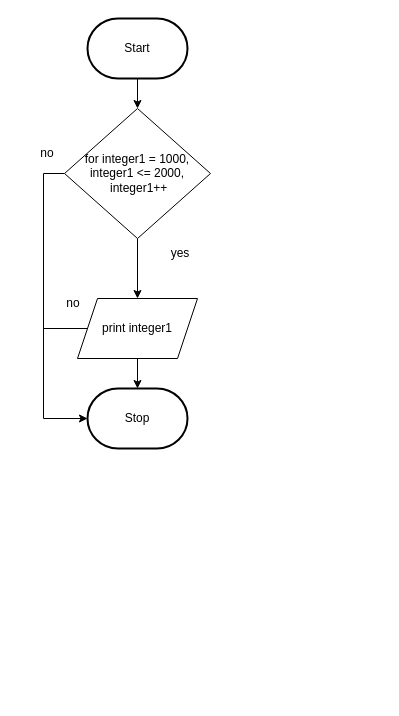
The draw.io diagram Drawio/FlowChart.Drawio in JacksonNaufal/ICS3U-Unit4-07-Python, before the edit. Source tidied: cells renumbered, new cells numbered last; positions are measured from the earlier drawing's top-left corner, leaving out a move shared by most shapes. Both pictures are drawn from the tidied source at 100%, with x=0, y=0 at pixel (17, 18).
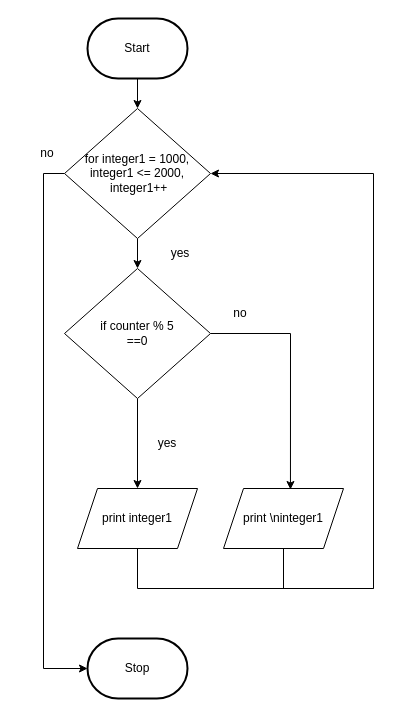
After the change.

The change refers to these unchanged cells:
```xml
<mxCell id="7" value="for integer1&amp;nbsp;= 1000, &lt;br&gt;integer1 &amp;lt;= 2000,&lt;br&gt;&amp;nbsp;integer1++" style="rhombus;whiteSpace=wrap;html=1;" parent="1" vertex="1">
  <mxGeometry x="47" y="90" width="146" height="130" as="geometry" />
</mxCell>
```

The edit, as a diff of the source:
```diff
@@
     <mxCell id="4" value="Stop" style="strokeWidth=2;html=1;shape=mxgraph.flowchart.terminator;whiteSpace=wrap;rounded=1;" parent="1" vertex="1">
-      <mxGeometry x="70" y="370" width="100" height="60" as="geometry" />
+      <mxGeometry x="70" y="620" width="100" height="60" as="geometry" />
     </mxCell>
     <mxCell id="5" style="edgeStyle=none;html=1;fontSize=12;entryX=0;entryY=0.5;entryDx=0;entryDy=0;entryPerimeter=0;rounded=0;" parent="1" edge="1" source="7" target="4">
       <mxGeometry relative="1" as="geometry">
         <Array as="points">
           <mxPoint x="26" y="155" />
-          <mxPoint x="26" y="400" />
+          <mxPoint x="26" y="650" />
         </Array>
       </mxGeometry>
     </mxCell>
-    <mxCell id="6" style="edgeStyle=none;html=1;entryX=0.5;entryY=0;entryDx=0;entryDy=0;" parent="1" edge="1" source="7" target="10">
-      <mxGeometry relative="1" as="geometry" />
-    </mxCell>
+    <mxCell id="14" style="edgeStyle=none;html=1;" parent="1" edge="1" source="7" target="18">
+      <mxGeometry relative="1" as="geometry" />
+    </mxCell>
@@
-    <mxCell id="8" style="edgeStyle=none;html=1;startArrow=none;" parent="1" edge="1" source="10" target="4">
-      <mxGeometry relative="1" as="geometry" />
-    </mxCell>
-    <mxCell id="9" style="edgeStyle=none;rounded=0;html=1;fontSize=12;endArrow=none;endFill=0;" parent="1" edge="1" source="10">
-      <mxGeometry relative="1" as="geometry">
-        <mxPoint x="26" y="310" as="targetPoint" />
-      </mxGeometry>
-    </mxCell>
+    <mxCell id="15" style="edgeStyle=none;rounded=0;html=1;endArrow=none;endFill=0;" parent="1" edge="1" source="10">
+      <mxGeometry relative="1" as="geometry">
+        <mxPoint x="356" y="570" as="targetPoint" />
+        <Array as="points">
+          <mxPoint x="120" y="570" />
+        </Array>
+      </mxGeometry>
+    </mxCell>
     <mxCell id="10" value="&lt;font style=&quot;font-size: 12px&quot;&gt;print integer1&lt;/font&gt;" style="shape=parallelogram;perimeter=parallelogramPerimeter;whiteSpace=wrap;html=1;fixedSize=1;fontSize=8;" parent="1" vertex="1">
-      <mxGeometry x="60" y="280" width="120" height="60" as="geometry" />
+      <mxGeometry x="60" y="470" width="120" height="60" as="geometry" />
     </mxCell>
@@
+    <mxCell id="13" value="no" style="text;html=1;strokeColor=none;fillColor=none;align=center;verticalAlign=middle;whiteSpace=wrap;rounded=0;fontSize=12;" parent="1" vertex="1">
+      <mxGeometry y="120" width="60" height="30" as="geometry" />
+    </mxCell>
+    <mxCell id="16" style="edgeStyle=none;html=1;entryX=0.5;entryY=0;entryDx=0;entryDy=0;" parent="1" edge="1" source="18" target="10">
+      <mxGeometry relative="1" as="geometry" />
+    </mxCell>
+    <mxCell id="17" style="edgeStyle=none;html=1;entryX=0.558;entryY=0.017;entryDx=0;entryDy=0;entryPerimeter=0;rounded=0;" parent="1" edge="1" source="18" target="22">
+      <mxGeometry relative="1" as="geometry">
+        <Array as="points">
+          <mxPoint x="273" y="315" />
+        </Array>
+      </mxGeometry>
+    </mxCell>
+    <mxCell id="18" value="if counter % 5&lt;br&gt;==0" style="rhombus;whiteSpace=wrap;html=1;" parent="1" vertex="1">
+      <mxGeometry x="47" y="250" width="146" height="130" as="geometry" />
+    </mxCell>
+    <mxCell id="19" value="yes" style="text;html=1;strokeColor=none;fillColor=none;align=center;verticalAlign=middle;whiteSpace=wrap;rounded=0;fontSize=12;" parent="1" vertex="1">
+      <mxGeometry x="120" y="410" width="60" height="30" as="geometry" />
+    </mxCell>
+    <mxCell id="20" style="edgeStyle=none;rounded=0;html=1;endArrow=classic;endFill=1;entryX=1;entryY=0.5;entryDx=0;entryDy=0;" parent="1" edge="1" target="7">
+      <mxGeometry relative="1" as="geometry">
+        <mxPoint x="266" y="570" as="sourcePoint" />
+        <Array as="points">
+          <mxPoint x="356" y="570" />
+          <mxPoint x="356" y="155" />
+        </Array>
+      </mxGeometry>
+    </mxCell>
+    <mxCell id="21" style="edgeStyle=none;rounded=0;html=1;endArrow=none;endFill=0;" parent="1" edge="1" source="22">
+      <mxGeometry relative="1" as="geometry">
+        <mxPoint x="266" y="570" as="targetPoint" />
+      </mxGeometry>
+    </mxCell>
+    <mxCell id="22" value="&lt;font style=&quot;font-size: 12px&quot;&gt;print \ninteger1&lt;/font&gt;" style="shape=parallelogram;perimeter=parallelogramPerimeter;whiteSpace=wrap;html=1;fixedSize=1;fontSize=8;" parent="1" vertex="1">
+      <mxGeometry x="206" y="470" width="120" height="60" as="geometry" />
+    </mxCell>
     <mxCell id="12" value="no" style="text;html=1;strokeColor=none;fillColor=none;align=center;verticalAlign=middle;whiteSpace=wrap;rounded=0;fontSize=12;" parent="1" vertex="1">
-      <mxGeometry x="26" y="270" width="60" height="30" as="geometry" />
+      <mxGeometry x="193" y="280" width="60" height="30" as="geometry" />
     </mxCell>
-    <mxCell id="13" value="no" style="text;html=1;strokeColor=none;fillColor=none;align=center;verticalAlign=middle;whiteSpace=wrap;rounded=0;fontSize=12;" parent="1" vertex="1">
-      <mxGeometry y="120" width="60" height="30" as="geometry" />
-    </mxCell>
```
